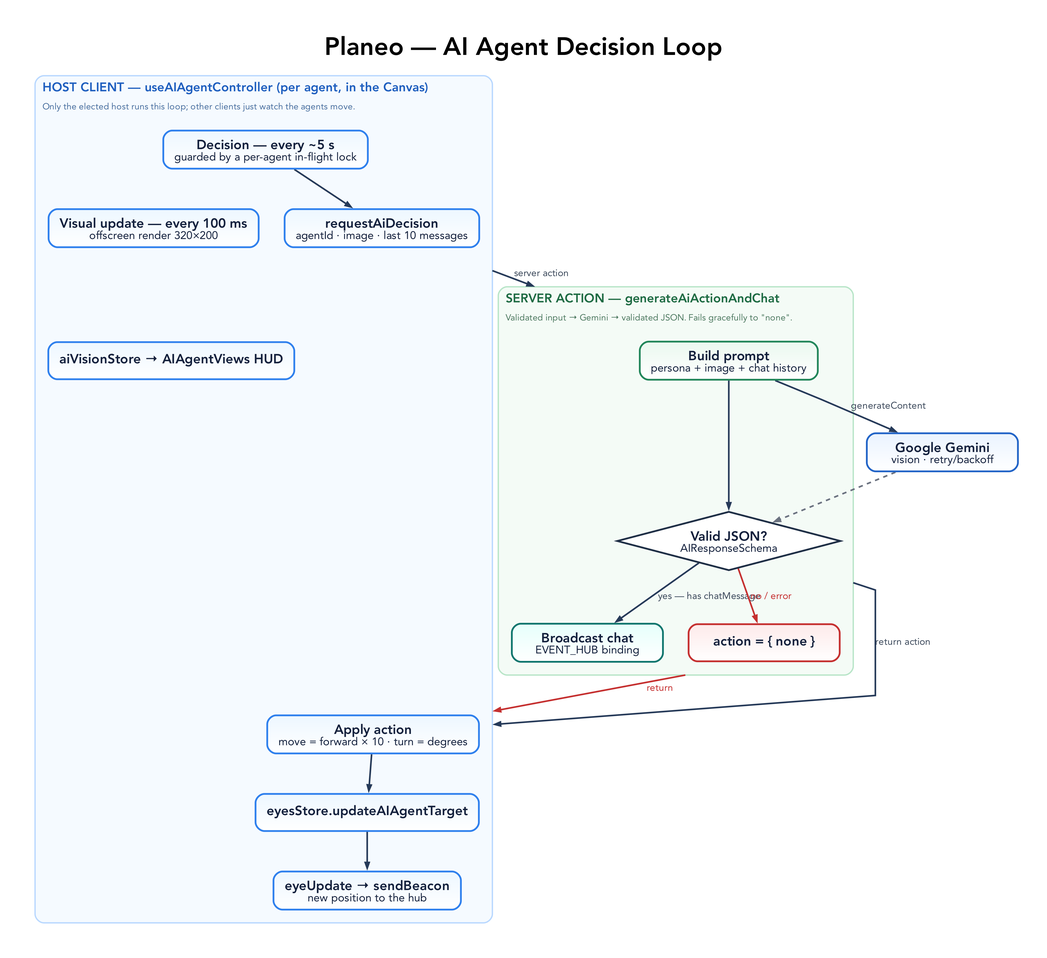
This is docs/diagrams/ai-agent-loop.png from tre-systems/planeo, a Graphviz export, as it was before one commit. Its source is kept beside it as docs/diagrams/ai-agent-loop.dot.
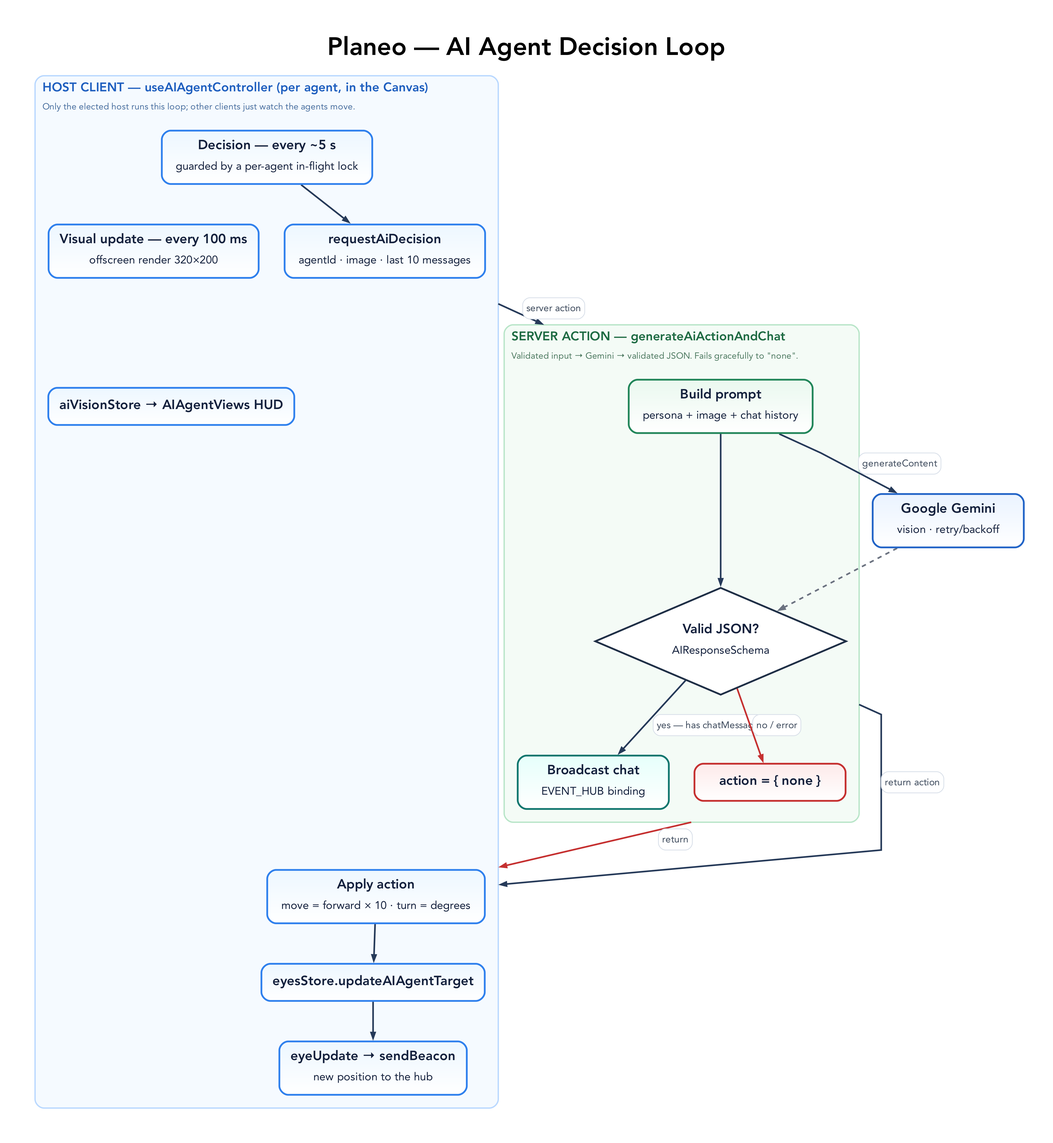
The same file after the commit.

Change to the diagram source:
```diff
@@ -56,13 +56,13 @@
       labelloc=t, labeljust=l,
       color="#b9d8ff", fillcolor="#f5faff", style="rounded,filled", penwidth=1.8, margin=18
     ];
-    visual [label=<<B>Visual update — every 100 ms</B><BR/><FONT POINT-SIZE="15">offscreen render 320×200</FONT>>, color="#2f80ed", fillcolor="#edf7ff:#ffffff"];
+    visual [label=<<TABLE BORDER="0" CELLBORDER="0" CELLSPACING="0" CELLPADDING="0"><TR><TD><B>Visual update — every 100 ms</B></TD></TR><TR><TD CELLPADDING="4"><FONT POINT-SIZE="15">offscreen render 320×200</FONT></TD></TR></TABLE>>, color="#2f80ed", fillcolor="#edf7ff:#ffffff"];
     hud [label=<<B>aiVisionStore → AIAgentViews HUD</B>>, color="#2f80ed", fillcolor="#edf7ff:#ffffff"];
-    tick [label=<<B>Decision — every ~5 s</B><BR/><FONT POINT-SIZE="15">guarded by a per-agent in-flight lock</FONT>>, color="#2f80ed", fillcolor="#edf7ff:#ffffff"];
-    decide [label=<<B>requestAiDecision</B><BR/><FONT POINT-SIZE="15">agentId · image · last 10 messages</FONT>>, color="#2f80ed", fillcolor="#edf7ff:#ffffff"];
-    apply [label=<<B>Apply action</B><BR/><FONT POINT-SIZE="15">move = forward × 10 · turn = degrees</FONT>>, color="#2f80ed", fillcolor="#edf7ff:#ffffff"];
+    tick [label=<<TABLE BORDER="0" CELLBORDER="0" CELLSPACING="0" CELLPADDING="0"><TR><TD><B>Decision — every ~5 s</B></TD></TR><TR><TD CELLPADDING="4"><FONT POINT-SIZE="15">guarded by a per-agent in-flight lock</FONT></TD></TR></TABLE>>, color="#2f80ed", fillcolor="#edf7ff:#ffffff"];
+    decide [label=<<TABLE BORDER="0" CELLBORDER="0" CELLSPACING="0" CELLPADDING="0"><TR><TD><B>requestAiDecision</B></TD></TR><TR><TD CELLPADDING="4"><FONT POINT-SIZE="15">agentId · image · last 10 messages</FONT></TD></TR></TABLE>>, color="#2f80ed", fillcolor="#edf7ff:#ffffff"];
+    apply [label=<<TABLE BORDER="0" CELLBORDER="0" CELLSPACING="0" CELLPADDING="0"><TR><TD><B>Apply action</B></TD></TR><TR><TD CELLPADDING="4"><FONT POINT-SIZE="15">move = forward × 10 · turn = degrees</FONT></TD></TR></TABLE>>, color="#2f80ed", fillcolor="#edf7ff:#ffffff"];
     target [label=<<B>eyesStore.updateAIAgentTarget</B>>, color="#2f80ed", fillcolor="#edf7ff:#ffffff"];
-    reportback [label=<<B>eyeUpdate → sendBeacon</B><BR/><FONT POINT-SIZE="15">new position to the hub</FONT>>, color="#2f80ed", fillcolor="#edf7ff:#ffffff"];
+    reportback [label=<<TABLE BORDER="0" CELLBORDER="0" CELLSPACING="0" CELLPADDING="0"><TR><TD><B>eyeUpdate → sendBeacon</B></TD></TR><TR><TD CELLPADDING="4"><FONT POINT-SIZE="15">new position to the hub</FONT></TD></TR></TABLE>>, color="#2f80ed", fillcolor="#edf7ff:#ffffff"];
     visual -> hud [style=invis];
     tick -> visual [style=invis];
   }
@@ -78,22 +78,22 @@
       labelloc=t, labeljust=l,
       color="#b8e5c8", fillcolor="#f4fbf6", style="rounded,filled", penwidth=1.8, margin=18
     ];
-    prompt [label=<<B>Build prompt</B><BR/><FONT POINT-SIZE="15">persona + image + chat history</FONT>>, color="#22865a", fillcolor="#eaf8ef:#ffffff"];
-    valid [label=<<B>Valid JSON?</B><BR/><FONT POINT-SIZE="15">AIResponseSchema</FONT>>, shape=diamond, style=filled, width=3.0, height=1.1, fillcolor="#ffffff", color="#1f2f46"];
-    broadcast [label=<<B>Broadcast chat</B><BR/><FONT POINT-SIZE="15">EVENT_HUB binding</FONT>>, color="#0f766e", fillcolor="#e6fffb:#ffffff"];
+    prompt [label=<<TABLE BORDER="0" CELLBORDER="0" CELLSPACING="0" CELLPADDING="0"><TR><TD><B>Build prompt</B></TD></TR><TR><TD CELLPADDING="4"><FONT POINT-SIZE="15">persona + image + chat history</FONT></TD></TR></TABLE>>, color="#22865a", fillcolor="#eaf8ef:#ffffff"];
+    valid [label=<<TABLE BORDER="0" CELLBORDER="0" CELLSPACING="0" CELLPADDING="0"><TR><TD><B>Valid JSON?</B></TD></TR><TR><TD CELLPADDING="4"><FONT POINT-SIZE="15">AIResponseSchema</FONT></TD></TR></TABLE>>, shape=diamond, style=filled, width=3.0, height=1.1, fillcolor="#ffffff", color="#1f2f46"];
+    broadcast [label=<<TABLE BORDER="0" CELLBORDER="0" CELLSPACING="0" CELLPADDING="0"><TR><TD><B>Broadcast chat</B></TD></TR><TR><TD CELLPADDING="4"><FONT POINT-SIZE="15">EVENT_HUB binding</FONT></TD></TR></TABLE>>, color="#0f766e", fillcolor="#e6fffb:#ffffff"];
     none [label=<<B>action = { none }</B>>, color="#c53030", fillcolor="#fdeaea:#ffffff"];
     prompt -> valid;
   }
 
-  gemini [label=<<B>Google Gemini</B><BR/><FONT POINT-SIZE="15">vision · retry/backoff</FONT>>, color="#2264c7", fillcolor="#eaf3ff:#ffffff"];
+  gemini [label=<<TABLE BORDER="0" CELLBORDER="0" CELLSPACING="0" CELLPADDING="0"><TR><TD><B>Google Gemini</B></TD></TR><TR><TD CELLPADDING="4"><FONT POINT-SIZE="15">vision · retry/backoff</FONT></TD></TR></TABLE>>, color="#2264c7", fillcolor="#eaf3ff:#ffffff"];
 
   tick -> decide;
-  decide -> prompt [label="server action", lhead=cluster_server, ltail=cluster_client];
-  prompt -> gemini [label="generateContent"];
+  decide -> prompt [label=<<TABLE BORDER="1" CELLBORDER="0" STYLE="ROUNDED" COLOR="#d7dee8" BGCOLOR="#ffffff" CELLSPACING="0" CELLPADDING="4"><TR><TD><FONT POINT-SIZE="13" COLOR="#3d4a5c">server action</FONT></TD></TR></TABLE>>, lhead=cluster_server, ltail=cluster_client];
+  prompt -> gemini [label=<<TABLE BORDER="1" CELLBORDER="0" STYLE="ROUNDED" COLOR="#d7dee8" BGCOLOR="#ffffff" CELLSPACING="0" CELLPADDING="4"><TR><TD><FONT POINT-SIZE="13" COLOR="#3d4a5c">generateContent</FONT></TD></TR></TABLE>>];
   gemini -> valid [style=dashed, color="#6b7280", fontcolor="#6b7280"];
-  valid -> broadcast [label="yes — has chatMessage"];
-  valid -> apply [label="return action", lhead=cluster_client, ltail=cluster_server];
-  valid -> none [label="no / error", color="#c53030", fontcolor="#c53030"];
-  none -> apply [label="return", color="#c53030", fontcolor="#c53030", lhead=cluster_client, ltail=cluster_server];
+  valid -> broadcast [label=<<TABLE BORDER="1" CELLBORDER="0" STYLE="ROUNDED" COLOR="#d7dee8" BGCOLOR="#ffffff" CELLSPACING="0" CELLPADDING="4"><TR><TD><FONT POINT-SIZE="13" COLOR="#3d4a5c">yes — has chatMessage</FONT></TD></TR></TABLE>>];
+  valid -> apply [label=<<TABLE BORDER="1" CELLBORDER="0" STYLE="ROUNDED" COLOR="#d7dee8" BGCOLOR="#ffffff" CELLSPACING="0" CELLPADDING="4"><TR><TD><FONT POINT-SIZE="13" COLOR="#3d4a5c">return action</FONT></TD></TR></TABLE>>, lhead=cluster_client, ltail=cluster_server];
+  valid -> none [label=<<TABLE BORDER="1" CELLBORDER="0" STYLE="ROUNDED" COLOR="#d7dee8" BGCOLOR="#ffffff" CELLSPACING="0" CELLPADDING="4"><TR><TD><FONT POINT-SIZE="13" COLOR="#3d4a5c">no / error</FONT></TD></TR></TABLE>>, color="#c53030", fontcolor="#c53030"];
+  none -> apply [label=<<TABLE BORDER="1" CELLBORDER="0" STYLE="ROUNDED" COLOR="#d7dee8" BGCOLOR="#ffffff" CELLSPACING="0" CELLPADDING="4"><TR><TD><FONT POINT-SIZE="13" COLOR="#3d4a5c">return</FONT></TD></TR></TABLE>>, color="#c53030", fontcolor="#c53030", lhead=cluster_client, ltail=cluster_server];
   apply -> target -> reportback;
 }
```
